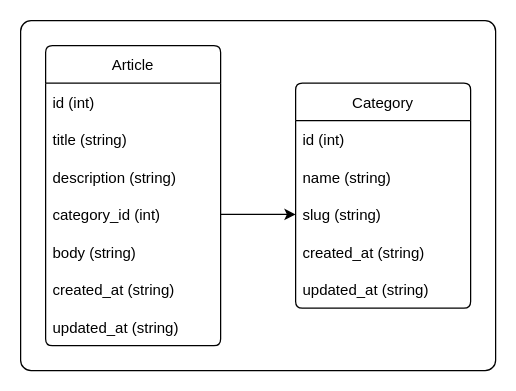
Above: db.drawio in sor4chi/Laraval-Swagger-Mockup-With-Library (draw.io), before the change. Source tidied: cells renumbered, new cells numbered last; positions are measured from the earlier drawing's top-left corner, leaving out a move shared by most shapes. Both pictures are drawn from the tidied source at 125%, with x=0, y=0 at pixel (20, 20).
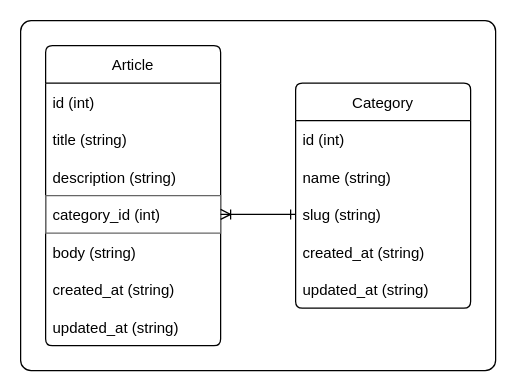
The same diagram, later.

The edit, as a diff of the source:
```diff
@@
 <mxGraphModel>
   <root>
     <mxCell id="0" />
     <mxCell id="1" parent="0" />
     <mxCell id="2" style="rounded=1;whiteSpace=wrap;html=1;arcSize=3;fillColor=#FFFFFF;" parent="1" vertex="1">
       <mxGeometry width="380" height="280" as="geometry" />
     </mxCell>
     <mxCell id="3" value="Article" style="swimlane;fontStyle=0;horizontal=1;startSize=30;strokeColor=#000000;rounded=1;arcSize=6;" parent="1" vertex="1">
       <mxGeometry x="20" y="20" width="140" height="240" as="geometry" />
     </mxCell>
     <mxCell id="4" value="id (int)" style="text;align=left;verticalAlign=middle;spacingLeft=4;spacingRight=4;overflow=hidden;fontColor=#000000;" parent="3" vertex="1">
       <mxGeometry y="30" width="140" height="30" as="geometry" />
     </mxCell>
     <mxCell id="5" value="title (string)" style="text;align=left;verticalAlign=middle;spacingLeft=4;spacingRight=4;overflow=hidden;fontColor=#000000;" parent="3" vertex="1">
       <mxGeometry y="60" width="140" height="30" as="geometry" />
     </mxCell>
     <mxCell id="6" value="description (string)" style="text;align=left;verticalAlign=middle;spacingLeft=4;spacingRight=4;overflow=hidden;fontColor=#000000;" parent="3" vertex="1">
       <mxGeometry y="90" width="140" height="30" as="geometry" />
     </mxCell>
-    <mxCell id="7" value="category_id (int)" style="text;align=left;verticalAlign=middle;spacingLeft=4;spacingRight=4;overflow=hidden;points=[[0,0.5],[1,0.5]];portConstraint=eastwest;fontColor=#000000;" parent="3" vertex="1">
+    <mxCell id="7" value="category_id (int)" style="text;align=left;verticalAlign=middle;spacingLeft=4;spacingRight=4;overflow=hidden;points=[[0,0.5],[1,0.5]];portConstraint=eastwest;fontColor=#000000;strokeColor=#666666;" parent="3" vertex="1">
       <mxGeometry y="120" width="140" height="30" as="geometry" />
     </mxCell>
     <mxCell id="8" value="body (string)" style="text;align=left;verticalAlign=middle;spacingLeft=4;spacingRight=4;overflow=hidden;fontColor=#000000;" parent="3" vertex="1">
       <mxGeometry y="150" width="140" height="30" as="geometry" />
     </mxCell>
     <mxCell id="9" value="created_at (string)" style="text;align=left;verticalAlign=middle;spacingLeft=4;spacingRight=4;overflow=hidden;fontColor=#000000;" parent="3" vertex="1">
       <mxGeometry y="180" width="140" height="30" as="geometry" />
     </mxCell>
     <mxCell id="10" value="updated_at (string)" style="text;align=left;verticalAlign=middle;spacingLeft=4;spacingRight=4;overflow=hidden;fontColor=#000000;" parent="3" vertex="1">
       <mxGeometry y="210" width="140" height="30" as="geometry" />
     </mxCell>
     <mxCell id="11" value="Category" style="swimlane;fontStyle=0;horizontal=1;startSize=30;strokeColor=#000000;rounded=1;arcSize=6;" parent="1" vertex="1">
       <mxGeometry x="220" y="50" width="140" height="180" as="geometry" />
     </mxCell>
     <mxCell id="12" value="id (int)" style="text;align=left;verticalAlign=middle;spacingLeft=4;spacingRight=4;overflow=hidden;fontColor=#000000;" parent="11" vertex="1">
       <mxGeometry y="30" width="140" height="30" as="geometry" />
     </mxCell>
     <mxCell id="13" value="name (string)" style="text;align=left;verticalAlign=middle;spacingLeft=4;spacingRight=4;overflow=hidden;fontColor=#000000;" parent="11" vertex="1">
       <mxGeometry y="60" width="140" height="30" as="geometry" />
     </mxCell>
     <mxCell id="14" value="slug (string)" style="text;align=left;verticalAlign=middle;spacingLeft=4;spacingRight=4;overflow=hidden;points=[[0,0.5],[1,0.5]];portConstraint=eastwest;fontColor=#000000;" parent="11" vertex="1">
       <mxGeometry y="90" width="140" height="30" as="geometry" />
     </mxCell>
     <mxCell id="15" value="created_at (string)" style="text;align=left;verticalAlign=middle;spacingLeft=4;spacingRight=4;overflow=hidden;fontColor=#000000;" parent="11" vertex="1">
       <mxGeometry y="120" width="140" height="30" as="geometry" />
     </mxCell>
     <mxCell id="16" value="updated_at (string)" style="text;align=left;verticalAlign=middle;spacingLeft=4;spacingRight=4;overflow=hidden;fontColor=#000000;" parent="11" vertex="1">
       <mxGeometry y="150" width="140" height="30" as="geometry" />
     </mxCell>
-    <mxCell id="17" style="edgeStyle=none;html=1;entryX=0;entryY=0.5;entryDx=0;entryDy=0;strokeColor=#000000;" parent="1" edge="1" source="7" target="14">
-      <mxGeometry relative="1" as="geometry" />
-    </mxCell>
+    <mxCell id="18" style="edgeStyle=none;html=1;exitX=0;exitY=0.5;exitDx=0;exitDy=0;entryX=1;entryY=0.5;entryDx=0;entryDy=0;startArrow=ERone;startFill=0;endArrow=ERoneToMany;endFill=0;strokeColor=#000000;" parent="1" edge="1" source="14" target="7">
+      <mxGeometry relative="1" as="geometry" />
+    </mxCell>
   </root>
 </mxGraphModel>
```
